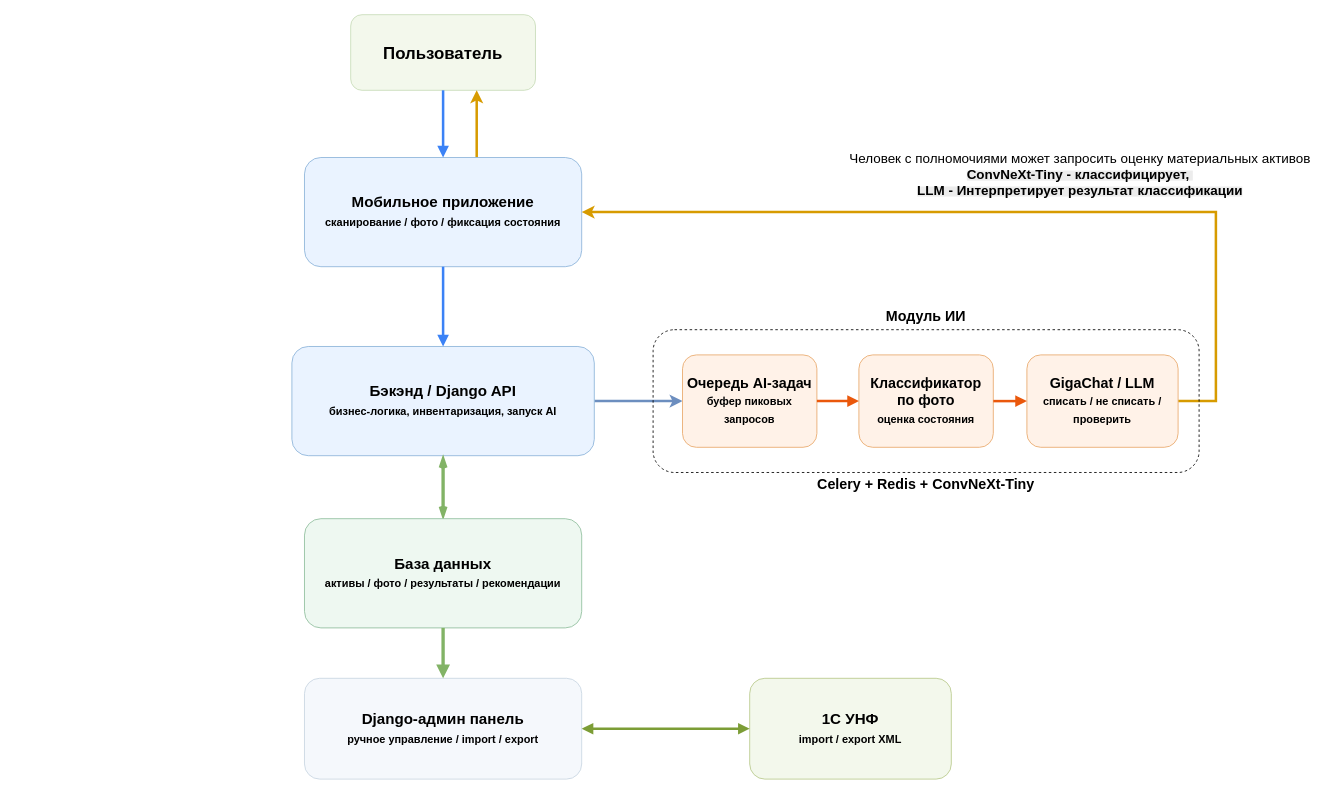
Earlier version of the draw.io diagram docs/architecture-smartinv.drawio (gimmesec/Smartinv). Source tidied: cells renumbered, new cells numbered last; positions are measured from the earlier drawing's top-left corner, leaving out a move shared by most shapes. Both pictures are drawn from the tidied source at 84%, with x=0, y=0 at pixel (291, 14).
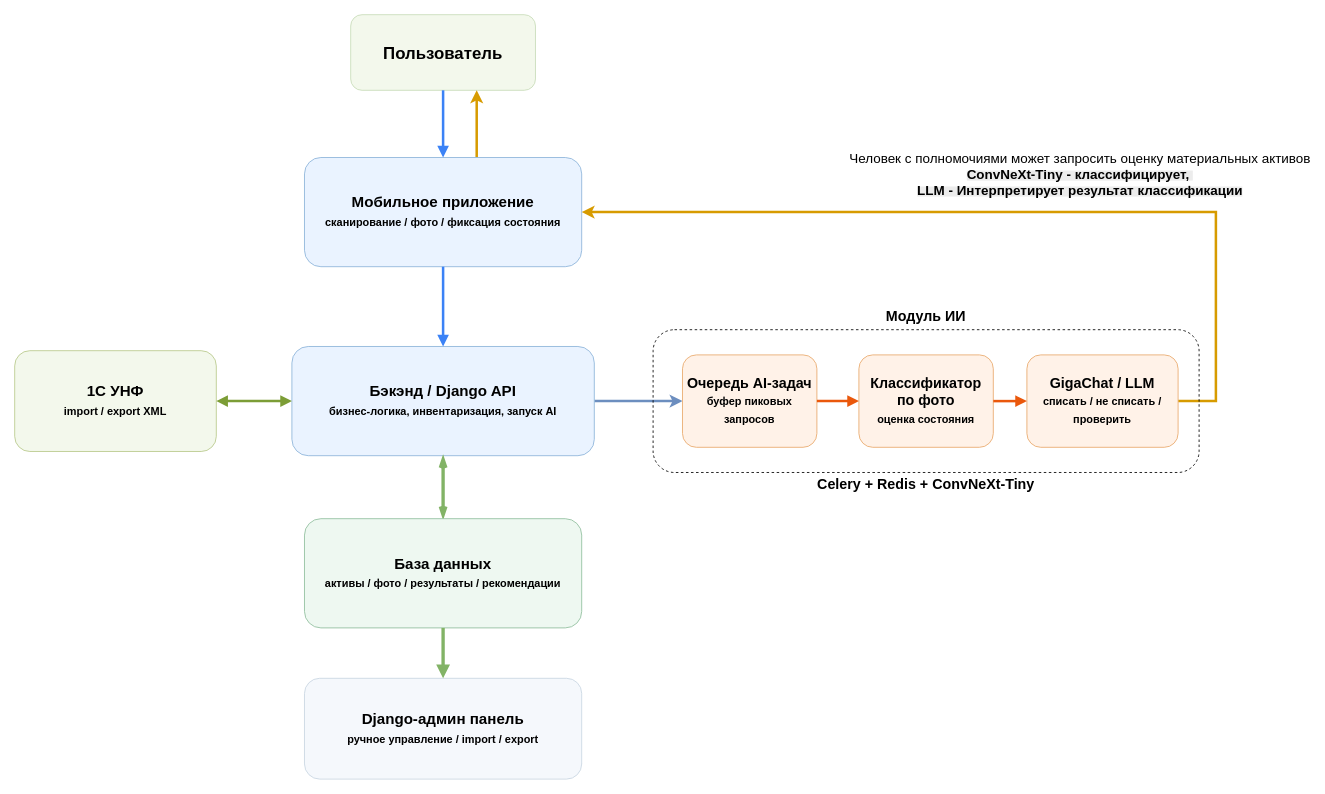
The same diagram, later.

Unchanged cells that the change refers to:
```xml
<mxCell id="6" value="Бэкэнд / Django API&lt;br&gt;&lt;font style=&quot;font-size:13px;&quot;&gt;бизнес-логика, инвентаризация, запуск AI&lt;/font&gt;" style="rounded=1;whiteSpace=wrap;html=1;fillColor=#eaf3ff;strokeColor=#8cb3d9;fontStyle=1;fontSize=18;align=center;verticalAlign=middle;" parent="1" vertex="1">
  <mxGeometry y="395" width="360" height="130" as="geometry" />
</mxCell>
<mxCell id="9" value="Django-админ панель&lt;br&gt;&lt;font style=&quot;font-size:13px;&quot;&gt;ручное управление / import / export&lt;/font&gt;" style="rounded=1;whiteSpace=wrap;html=1;fillColor=#f5f8fc;strokeColor=#c9d6e2;fontStyle=1;fontSize=18;align=center;verticalAlign=middle;" parent="1" vertex="1">
  <mxGeometry x="15" y="790" width="330" height="120" as="geometry" />
</mxCell>
```

Change to the diagram source:
```diff
@@
     <mxCell id="14" value="1С УНФ&lt;br&gt;&lt;font style=&quot;font-size:13px;&quot;&gt;import / export XML&lt;/font&gt;" style="rounded=1;whiteSpace=wrap;html=1;fillColor=#f3f8ec;strokeColor=#b8c98b;fontStyle=1;fontSize=18;align=center;verticalAlign=middle;" parent="1" vertex="1">
-      <mxGeometry x="545" y="790" width="240" height="120" as="geometry" />
+      <mxGeometry x="-330" y="400" width="240" height="120" as="geometry" />
     </mxCell>
@@
-    <mxCell id="20" style="endArrow=block;endFill=1;strokeWidth=3;strokeColor=#7c9d36;startArrow=block;startFill=1;" parent="1" edge="1" source="9" target="14">
+    <mxCell id="20" style="endArrow=block;endFill=1;strokeWidth=3;strokeColor=#7c9d36;startArrow=block;startFill=1;" parent="1" edge="1" source="6" target="14">
       <mxGeometry relative="1" as="geometry" />
     </mxCell>
```
